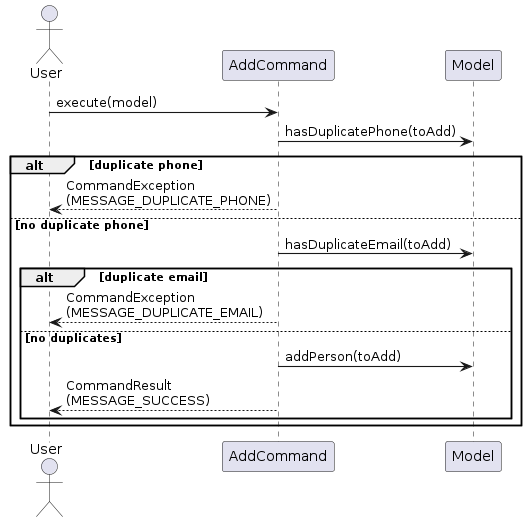
The PlantUML diagram diagrams/UniquenessConstraintSequence.png in AY2526S2-CS2103T-T15-3/tp, before a commit. Its source is kept beside it as diagrams/UniquenessConstraintSequence.puml.
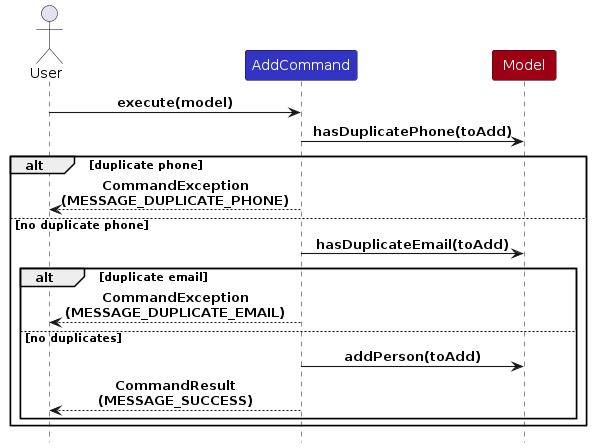
After the change.

The edit, as a diff of the source:
```diff
@@ -1,8 +1,9 @@
 @startuml
+!include style.puml
 skinparam ArrowThickness 1.1
 actor User
-participant AddCommand
-participant Model
+participant AddCommand LOGIC_COLOR
+participant Model MODEL_COLOR
 
 User -> AddCommand : execute(model)
 
```
